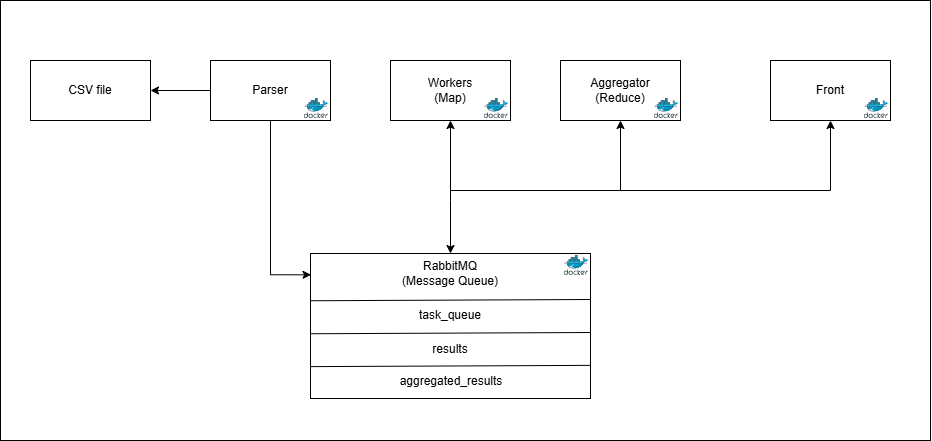
This is img/architecture_prog_parallele.png from YannickBOYER/Programmation_Parallele, a draw.io export, as it was before one commit. Source tidied: cells renumbered, new cells last; positions are measured from the earlier drawing's top-left corner, leaving out a move shared by most shapes.
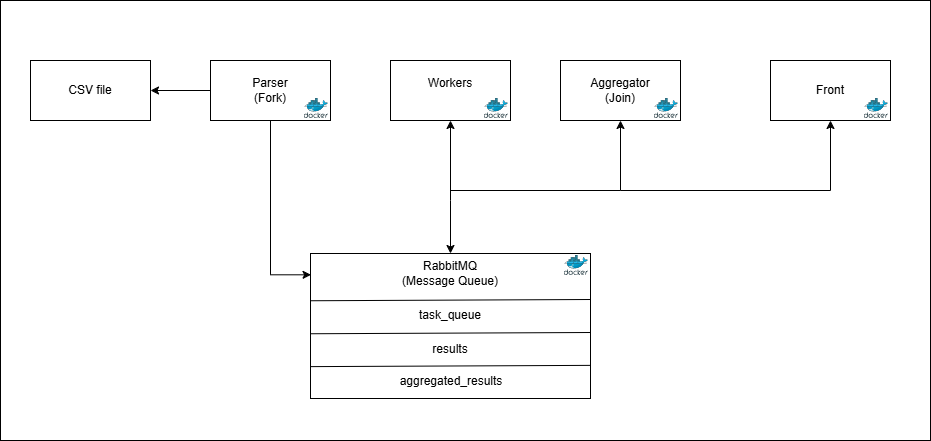
Later version of the same file.

What changed in the source:
```diff
@@ -5,7 +5,7 @@
     <mxCell id="2" style="rounded=0;whiteSpace=wrap;html=1;" parent="1" vertex="1">
       <mxGeometry width="930" height="440" as="geometry" />
     </mxCell>
-    <mxCell id="3" value="Parser" style="rounded=0;whiteSpace=wrap;html=1;" parent="1" vertex="1">
+    <mxCell id="3" value="Parser&lt;div&gt;(Fork)&lt;/div&gt;" style="rounded=0;whiteSpace=wrap;html=1;" parent="1" vertex="1">
       <mxGeometry x="210" y="60" width="120" height="60" as="geometry" />
     </mxCell>
     <mxCell id="4" value="CSV file" style="rounded=0;whiteSpace=wrap;html=1;" parent="1" vertex="1">
@@ -14,10 +14,10 @@
     <mxCell id="5" style="endArrow=classic;html=1;rounded=0;entryX=1;entryY=0.5;entryDx=0;entryDy=0;exitX=0;exitY=0.5;exitDx=0;exitDy=0;" parent="1" edge="1" source="3" target="4">
       <mxGeometry relative="1" as="geometry" />
     </mxCell>
-    <mxCell id="6" value="Workers&lt;div&gt;(Map)&lt;/div&gt;" style="rounded=0;whiteSpace=wrap;html=1;" parent="1" vertex="1">
+    <mxCell id="6" value="Workers&lt;div&gt;&lt;br&gt;&lt;/div&gt;" style="rounded=0;whiteSpace=wrap;html=1;" parent="1" vertex="1">
       <mxGeometry x="390" y="60" width="120" height="60" as="geometry" />
     </mxCell>
-    <mxCell id="7" value="Aggregator&lt;div&gt;(Reduce)&lt;/div&gt;" style="rounded=0;whiteSpace=wrap;html=1;" parent="1" vertex="1">
+    <mxCell id="7" value="Aggregator&lt;div&gt;(Join)&lt;/div&gt;" style="rounded=0;whiteSpace=wrap;html=1;" parent="1" vertex="1">
       <mxGeometry x="560" y="60" width="120" height="60" as="geometry" />
     </mxCell>
     <mxCell id="8" value="Front" style="rounded=0;whiteSpace=wrap;html=1;" parent="1" vertex="1">
```
